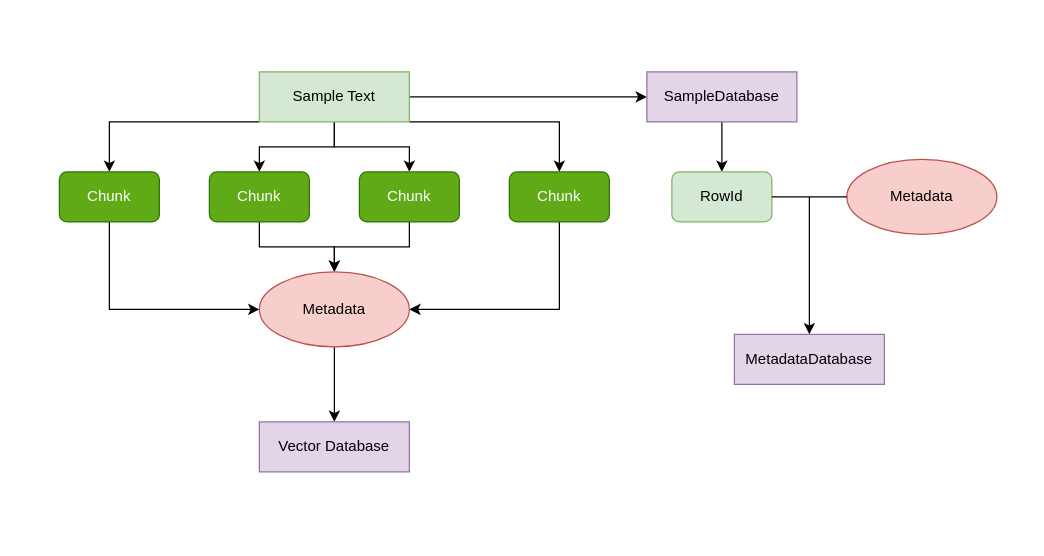
This is page "Chunking" (5 of 5) of Design_Document.drawio from amritpandey23/Sanjaya, a draw.io file, before an edit. Source tidied: cells renumbered, new cells numbered last; positions are measured from the earlier drawing's top-left corner, leaving out a move shared by most shapes. Both pictures are drawn from the tidied source at 125%, with x=0, y=0 at pixel (59, 71).
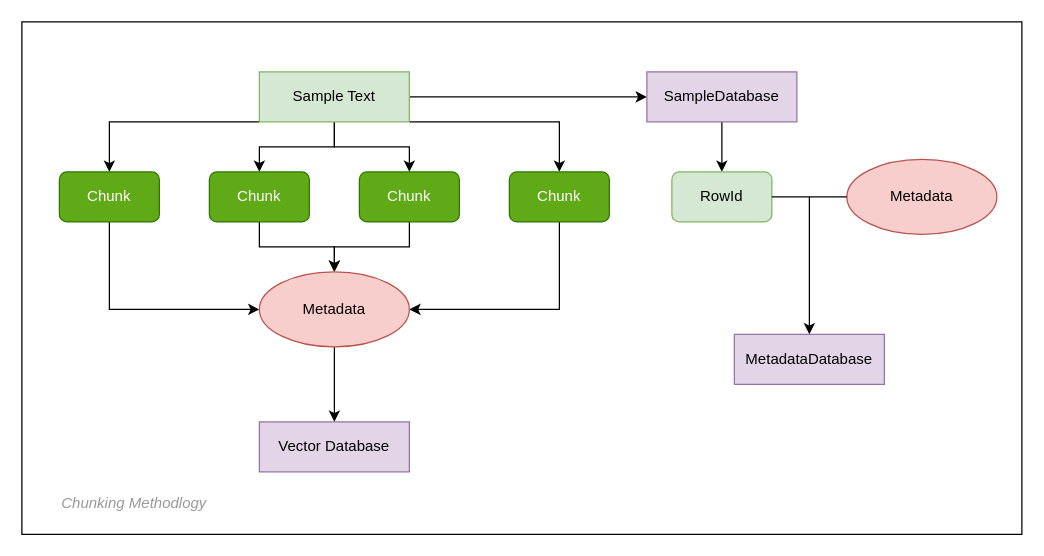
After the change.

Commit message (it also covers changes not shown here):
Update: Settings,Ask Page, design doc. Change in database for backend

Diff of the diagram source:
```diff
@@
+    <mxCell id="26" value="Chunking Methodlogy" style="text;html=1;strokeColor=none;fillColor=none;align=left;verticalAlign=middle;whiteSpace=wrap;rounded=0;fontColor=#999999;fontStyle=2;" parent="1" vertex="1">
+      <mxGeometry y="330" width="190" height="30" as="geometry" />
+    </mxCell>
+    <mxCell id="27" style="rounded=0;whiteSpace=wrap;html=1;fillColor=none;" parent="1" vertex="1">
+      <mxGeometry x="-30" y="-40" width="800" height="410" as="geometry" />
+    </mxCell>
```
